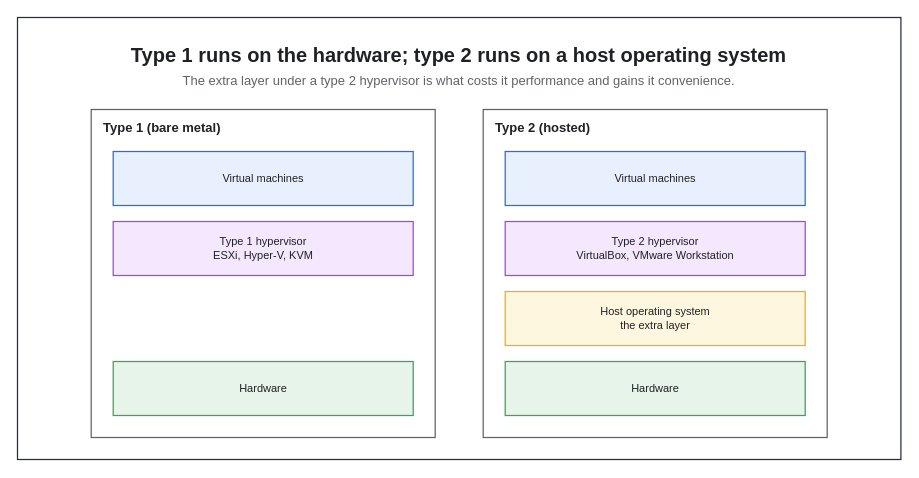
Above: assets/img/virtualization/type1-type2-hypervisor.drawio in KKamJi98/kkamji98.github.io (draw.io), before the change. Source tidied: cells renumbered, new cells numbered last; positions are measured from the earlier drawing's top-left corner, leaving out a move shared by most shapes. Both pictures are drawn from the tidied source at 100%, with x=0, y=0 at pixel (17, 17).
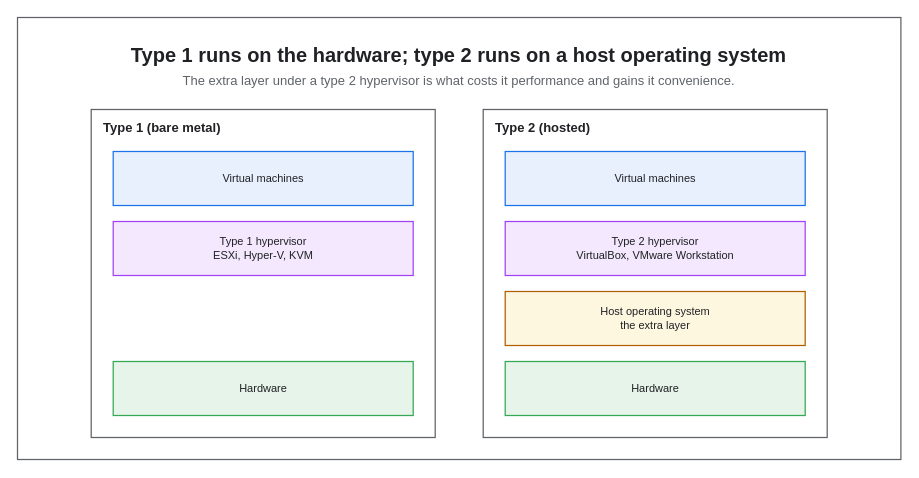
After the change.

What changed in the source:
```diff
@@
 <mxGraphModel background="#FFFFFF">
   <root>
     <mxCell id="0" />
     <mxCell id="1" parent="0" />
-    <mxCell id="2" style="rounded=0;html=0;fillColor=none;strokeColor=#232F3E;fontColor=#202124;strokeWidth=1.25;" parent="1" vertex="1">
+    <mxCell id="2" style="rounded=0;html=0;fillColor=none;strokeColor=#5F6368;fontColor=#202124;strokeWidth=1.25;" parent="1" vertex="1">
       <mxGeometry width="883.4" height="442" as="geometry" />
     </mxCell>
     <mxCell id="3" value="Type 1 runs on the hardware; type 2 runs on a host operating system" style="text;html=0;whiteSpace=wrap;fillColor=none;strokeColor=none;fontColor=#202124;fontSize=20;fontStyle=1;align=center;verticalAlign=middle;" parent="1" vertex="1">
       <mxGeometry x="22" y="22" width="839.4" height="30" as="geometry" />
     </mxCell>
     <mxCell id="4" value="The extra layer under a type 2 hypervisor is what costs it performance and gains it convenience." style="text;html=0;whiteSpace=wrap;fillColor=none;strokeColor=none;fontColor=#5F6368;fontSize=13;fontStyle=0;align=center;verticalAlign=middle;" parent="1" vertex="1">
       <mxGeometry x="22" y="52" width="839.4" height="22" as="geometry" />
     </mxCell>
     <mxCell id="5" value="Type 1 (bare metal)" style="rounded=0;whiteSpace=wrap;html=0;fillColor=none;strokeColor=#5F6368;fontColor=#202124;fontSize=13;fontStyle=1;align=left;verticalAlign=top;spacingLeft=10;spacingTop=4;strokeWidth=1.25;dashed=0;" parent="1" vertex="1">
       <mxGeometry x="73.7" y="92" width="344" height="328" as="geometry" />
     </mxCell>
     <mxCell id="6" value="Type 2 (hosted)" style="rounded=0;whiteSpace=wrap;html=0;fillColor=none;strokeColor=#5F6368;fontColor=#202124;fontSize=13;fontStyle=1;align=left;verticalAlign=top;spacingLeft=10;spacingTop=4;strokeWidth=1.25;dashed=0;" parent="1" vertex="1">
       <mxGeometry x="465.7" y="92" width="344" height="328" as="geometry" />
     </mxCell>
     <mxCell id="7" value="Virtual machines" style="rounded=0;whiteSpace=wrap;html=0;fillColor=#E8F0FE;strokeColor=#1A73E8;fontColor=#202124;fontSize=11;fontStyle=0;align=center;verticalAlign=middle;spacingLeft=6;spacingRight=6;strokeWidth=1.25;" parent="1" vertex="1">
       <mxGeometry x="95.7" y="134" width="300" height="54" as="geometry" />
     </mxCell>
     <mxCell id="8" value="Type 1 hypervisor&#10;ESXi, Hyper-V, KVM" style="rounded=0;whiteSpace=wrap;html=0;fillColor=#F3E8FD;strokeColor=#A142F4;fontColor=#202124;fontSize=11;fontStyle=0;align=center;verticalAlign=middle;spacingLeft=6;spacingRight=6;strokeWidth=1.25;" parent="1" vertex="1">
       <mxGeometry x="95.7" y="204" width="300" height="54" as="geometry" />
     </mxCell>
     <mxCell id="9" value="Hardware" style="rounded=0;whiteSpace=wrap;html=0;fillColor=#E6F4EA;strokeColor=#34A853;fontColor=#202124;fontSize=11;fontStyle=0;align=center;verticalAlign=middle;spacingLeft=6;spacingRight=6;strokeWidth=1.25;" parent="1" vertex="1">
       <mxGeometry x="95.7" y="344" width="300" height="54" as="geometry" />
     </mxCell>
     <mxCell id="10" value="Virtual machines" style="rounded=0;whiteSpace=wrap;html=0;fillColor=#E8F0FE;strokeColor=#1A73E8;fontColor=#202124;fontSize=11;fontStyle=0;align=center;verticalAlign=middle;spacingLeft=6;spacingRight=6;strokeWidth=1.25;" parent="1" vertex="1">
       <mxGeometry x="487.7" y="134" width="300" height="54" as="geometry" />
     </mxCell>
     <mxCell id="11" value="Type 2 hypervisor&#10;VirtualBox, VMware Workstation" style="rounded=0;whiteSpace=wrap;html=0;fillColor=#F3E8FD;strokeColor=#A142F4;fontColor=#202124;fontSize=11;fontStyle=0;align=center;verticalAlign=middle;spacingLeft=6;spacingRight=6;strokeWidth=1.25;" parent="1" vertex="1">
       <mxGeometry x="487.7" y="204" width="300" height="54" as="geometry" />
     </mxCell>
-    <mxCell id="12" value="Host operating system&#10;the extra layer" style="rounded=0;whiteSpace=wrap;html=0;fillColor=#FEF7E0;strokeColor=#F9AB00;fontColor=#202124;fontSize=11;fontStyle=0;align=center;verticalAlign=middle;spacingLeft=6;spacingRight=6;strokeWidth=1.25;" parent="1" vertex="1">
+    <mxCell id="12" value="Host operating system&#10;the extra layer" style="rounded=0;whiteSpace=wrap;html=0;fillColor=#FEF7E0;strokeColor=#B06000;fontColor=#202124;fontSize=11;fontStyle=0;align=center;verticalAlign=middle;spacingLeft=6;spacingRight=6;strokeWidth=1.25;" parent="1" vertex="1">
       <mxGeometry x="487.7" y="274" width="300" height="54" as="geometry" />
     </mxCell>
     <mxCell id="13" value="Hardware" style="rounded=0;whiteSpace=wrap;html=0;fillColor=#E6F4EA;strokeColor=#34A853;fontColor=#202124;fontSize=11;fontStyle=0;align=center;verticalAlign=middle;spacingLeft=6;spacingRight=6;strokeWidth=1.25;" parent="1" vertex="1">
       <mxGeometry x="487.7" y="344" width="300" height="54" as="geometry" />
     </mxCell>
   </root>
 </mxGraphModel>
```
